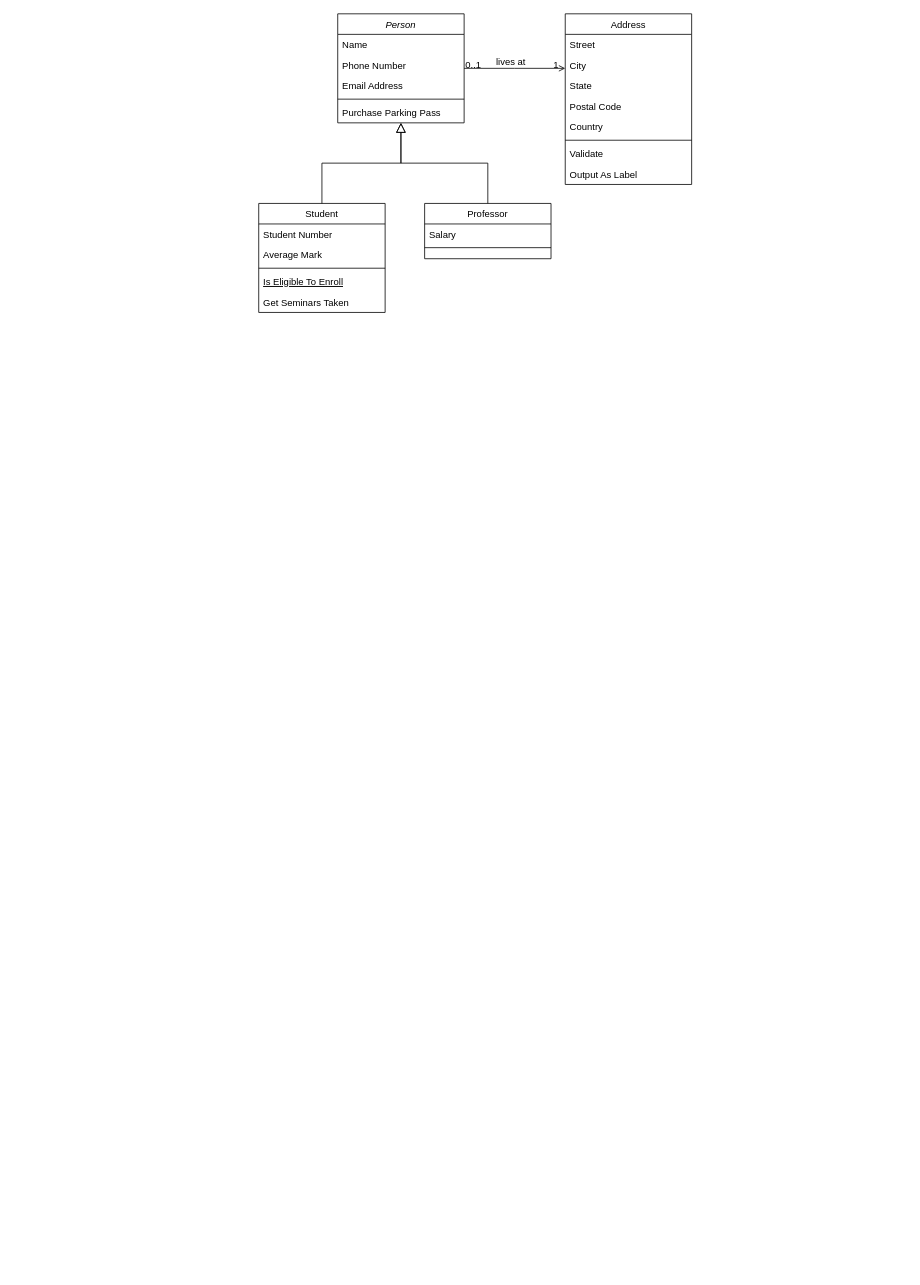
Before: 제목 없는 다이어그램.drawio in ShineSoYoung/TEST, a draw.io diagram. Source tidied: cells renumbered, new cells numbered last; positions are measured from the earlier drawing's top-left corner, leaving out a move shared by most shapes. Both pictures are drawn from the tidied source at 79%, with x=0, y=0 at pixel (258, 13).
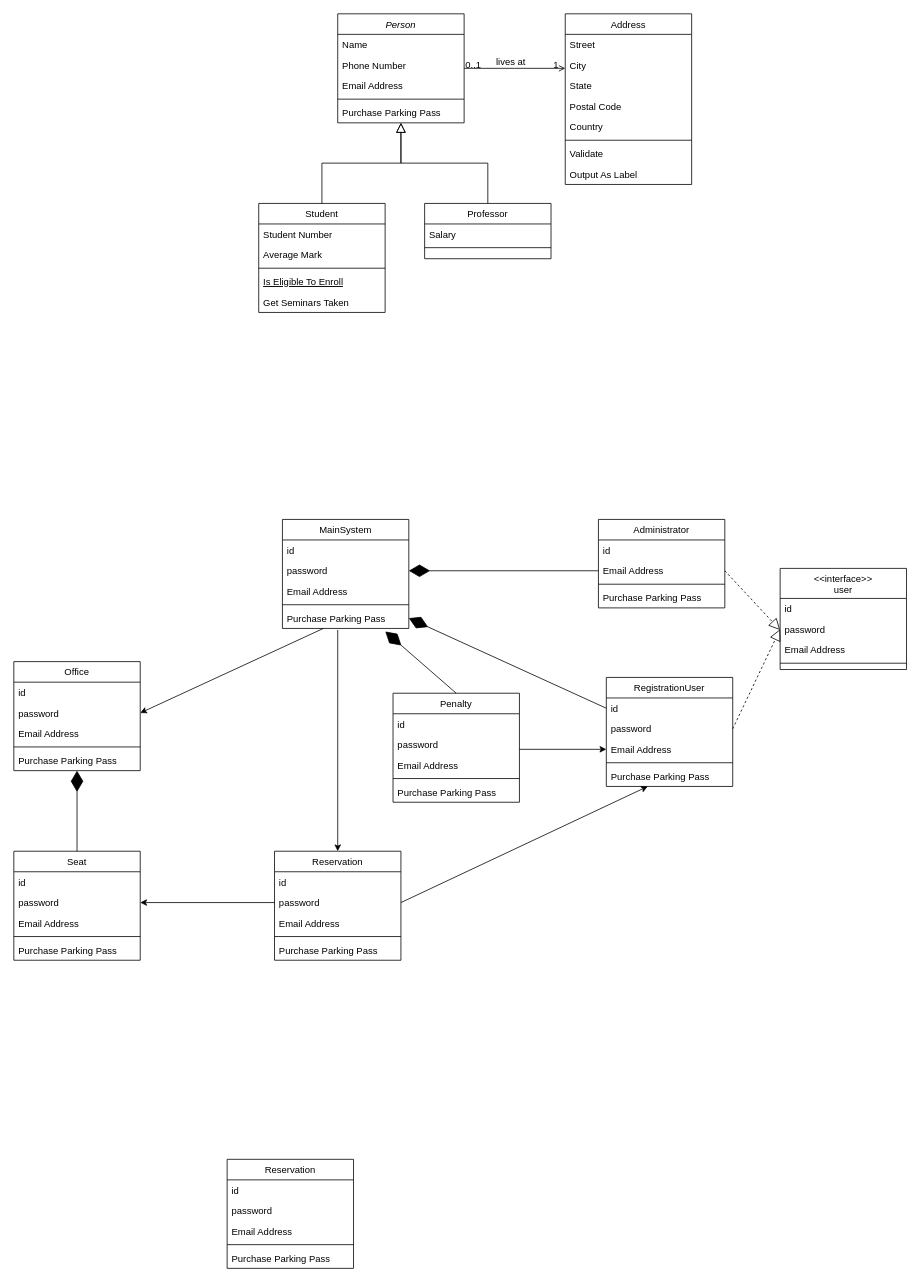
The same diagram, later.

Commit message:
제목 없는 다이어그램.drawio 업데이트

Change to the diagram source:
```diff
@@
+    <mxCell id="32" value="RegistrationUser" style="swimlane;fontStyle=0;align=center;verticalAlign=top;horizontal=1;startSize=26;rounded=0;shadow=0;strokeWidth=1;" parent="1" vertex="1">
+      <mxGeometry x="440" y="840" width="160" height="138" as="geometry" />
+    </mxCell>
+    <mxCell id="33" value="id" style="text;align=left;verticalAlign=top;spacingLeft=4;spacingRight=4;overflow=hidden;points=[[0,0.5],[1,0.5]];portConstraint=eastwest;" parent="32" vertex="1">
+      <mxGeometry y="26" width="160" height="26" as="geometry" />
+    </mxCell>
+    <mxCell id="34" value="password" style="text;align=left;verticalAlign=top;spacingLeft=4;spacingRight=4;overflow=hidden;points=[[0,0.5],[1,0.5]];portConstraint=eastwest;rounded=0;shadow=0;html=0;" parent="32" vertex="1">
+      <mxGeometry y="52" width="160" height="26" as="geometry" />
+    </mxCell>
+    <mxCell id="35" value="Email Address" style="text;align=left;verticalAlign=top;spacingLeft=4;spacingRight=4;overflow=hidden;points=[[0,0.5],[1,0.5]];portConstraint=eastwest;rounded=0;shadow=0;html=0;" parent="32" vertex="1">
+      <mxGeometry y="78" width="160" height="26" as="geometry" />
+    </mxCell>
+    <mxCell id="36" style="line;html=1;strokeWidth=1;align=left;verticalAlign=middle;spacingTop=-1;spacingLeft=3;spacingRight=3;labelPosition=right;" parent="32" vertex="1">
+      <mxGeometry y="104" width="160" height="8" as="geometry" />
+    </mxCell>
+    <mxCell id="37" value="Purchase Parking Pass" style="text;align=left;verticalAlign=top;spacingLeft=4;spacingRight=4;overflow=hidden;points=[[0,0.5],[1,0.5]];portConstraint=eastwest;" parent="32" vertex="1">
+      <mxGeometry y="112" width="160" height="26" as="geometry" />
+    </mxCell>
+    <mxCell id="38" value="Administrator" style="swimlane;fontStyle=0;align=center;verticalAlign=top;horizontal=1;startSize=26;rounded=0;shadow=0;strokeWidth=1;" parent="1" vertex="1">
+      <mxGeometry x="430" y="640" width="160" height="112" as="geometry" />
+    </mxCell>
+    <mxCell id="39" value="id" style="text;align=left;verticalAlign=top;spacingLeft=4;spacingRight=4;overflow=hidden;" parent="38" vertex="1">
+      <mxGeometry y="26" width="160" height="26" as="geometry" />
+    </mxCell>
+    <mxCell id="40" value="Email Address" style="text;align=left;verticalAlign=top;spacingLeft=4;spacingRight=4;overflow=hidden;rounded=0;shadow=0;html=0;" parent="38" vertex="1">
+      <mxGeometry y="52" width="160" height="26" as="geometry" />
+    </mxCell>
+    <mxCell id="41" style="line;html=1;strokeWidth=1;align=left;verticalAlign=middle;spacingTop=-1;spacingLeft=3;spacingRight=3;labelPosition=right;" parent="38" vertex="1">
+      <mxGeometry y="78" width="160" height="8" as="geometry" />
+    </mxCell>
+    <mxCell id="42" value="Purchase Parking Pass" style="text;align=left;verticalAlign=top;spacingLeft=4;spacingRight=4;overflow=hidden;" parent="38" vertex="1">
+      <mxGeometry y="86" width="160" height="26" as="geometry" />
+    </mxCell>
+    <mxCell id="43" value="MainSystem" style="swimlane;fontStyle=0;align=center;verticalAlign=top;horizontal=1;startSize=26;rounded=0;shadow=0;strokeWidth=1;" parent="1" vertex="1">
+      <mxGeometry x="30" y="640" width="160" height="138" as="geometry" />
+    </mxCell>
+    <mxCell id="44" value="id" style="text;align=left;verticalAlign=top;spacingLeft=4;spacingRight=4;overflow=hidden;" parent="43" vertex="1">
+      <mxGeometry y="26" width="160" height="26" as="geometry" />
+    </mxCell>
+    <mxCell id="45" value="password" style="text;align=left;verticalAlign=top;spacingLeft=4;spacingRight=4;overflow=hidden;points=[[0,0.5],[1,0.5]];portConstraint=eastwest;rounded=0;shadow=0;html=0;" parent="43" vertex="1">
+      <mxGeometry y="52" width="160" height="26" as="geometry" />
+    </mxCell>
+    <mxCell id="46" value="Email Address" style="text;align=left;verticalAlign=top;spacingLeft=4;spacingRight=4;overflow=hidden;rounded=0;shadow=0;html=0;" parent="43" vertex="1">
+      <mxGeometry y="78" width="160" height="26" as="geometry" />
+    </mxCell>
+    <mxCell id="47" style="line;html=1;strokeWidth=1;align=left;verticalAlign=middle;spacingTop=-1;spacingLeft=3;spacingRight=3;labelPosition=right;" parent="43" vertex="1">
+      <mxGeometry y="104" width="160" height="8" as="geometry" />
+    </mxCell>
+    <mxCell id="48" value="Purchase Parking Pass" style="text;align=left;verticalAlign=top;spacingLeft=4;spacingRight=4;overflow=hidden;points=[[0,0.5],[1,0.5]];portConstraint=eastwest;" parent="43" vertex="1">
+      <mxGeometry y="112" width="160" height="26" as="geometry" />
+    </mxCell>
+    <mxCell id="49" value="Office" style="swimlane;fontStyle=0;align=center;verticalAlign=top;horizontal=1;startSize=26;rounded=0;shadow=0;strokeWidth=1;" parent="1" vertex="1">
+      <mxGeometry x="-310" y="820" width="160" height="138" as="geometry" />
+    </mxCell>
+    <mxCell id="50" value="id" style="text;align=left;verticalAlign=top;spacingLeft=4;spacingRight=4;overflow=hidden;" parent="49" vertex="1">
+      <mxGeometry y="26" width="160" height="26" as="geometry" />
+    </mxCell>
+    <mxCell id="51" value="password" style="text;align=left;verticalAlign=top;spacingLeft=4;spacingRight=4;overflow=hidden;points=[[0,0.5],[1,0.5]];portConstraint=eastwest;rounded=0;shadow=0;html=0;" parent="49" vertex="1">
+      <mxGeometry y="52" width="160" height="26" as="geometry" />
+    </mxCell>
+    <mxCell id="52" value="Email Address" style="text;align=left;verticalAlign=top;spacingLeft=4;spacingRight=4;overflow=hidden;rounded=0;shadow=0;html=0;" parent="49" vertex="1">
+      <mxGeometry y="78" width="160" height="26" as="geometry" />
+    </mxCell>
+    <mxCell id="53" style="line;html=1;strokeWidth=1;align=left;verticalAlign=middle;spacingTop=-1;spacingLeft=3;spacingRight=3;labelPosition=right;" parent="49" vertex="1">
+      <mxGeometry y="104" width="160" height="8" as="geometry" />
+    </mxCell>
+    <mxCell id="54" value="Purchase Parking Pass" style="text;align=left;verticalAlign=top;spacingLeft=4;spacingRight=4;overflow=hidden;points=[[0,0.5],[1,0.5]];portConstraint=eastwest;" parent="49" vertex="1">
+      <mxGeometry y="112" width="160" height="26" as="geometry" />
+    </mxCell>
+    <mxCell id="55" value="Reservation" style="swimlane;fontStyle=0;align=center;verticalAlign=top;horizontal=1;startSize=26;rounded=0;shadow=0;strokeWidth=1;" parent="1" vertex="1">
+      <mxGeometry x="20" y="1060" width="160" height="138" as="geometry" />
+    </mxCell>
+    <mxCell id="56" value="id" style="text;align=left;verticalAlign=top;spacingLeft=4;spacingRight=4;overflow=hidden;" parent="55" vertex="1">
+      <mxGeometry y="26" width="160" height="26" as="geometry" />
+    </mxCell>
+    <mxCell id="57" value="password" style="text;align=left;verticalAlign=top;spacingLeft=4;spacingRight=4;overflow=hidden;points=[[0,0.5],[1,0.5]];portConstraint=eastwest;rounded=0;shadow=0;html=0;" parent="55" vertex="1">
+      <mxGeometry y="52" width="160" height="26" as="geometry" />
+    </mxCell>
+    <mxCell id="58" value="Email Address" style="text;align=left;verticalAlign=top;spacingLeft=4;spacingRight=4;overflow=hidden;rounded=0;shadow=0;html=0;" parent="55" vertex="1">
+      <mxGeometry y="78" width="160" height="26" as="geometry" />
+    </mxCell>
+    <mxCell id="59" style="line;html=1;strokeWidth=1;align=left;verticalAlign=middle;spacingTop=-1;spacingLeft=3;spacingRight=3;labelPosition=right;" parent="55" vertex="1">
+      <mxGeometry y="104" width="160" height="8" as="geometry" />
+    </mxCell>
+    <mxCell id="60" value="Purchase Parking Pass" style="text;align=left;verticalAlign=top;spacingLeft=4;spacingRight=4;overflow=hidden;" parent="55" vertex="1">
+      <mxGeometry y="112" width="160" height="26" as="geometry" />
+    </mxCell>
+    <mxCell id="61" value="Penalty" style="swimlane;fontStyle=0;align=center;verticalAlign=top;horizontal=1;startSize=26;rounded=0;shadow=0;strokeWidth=1;" parent="1" vertex="1">
+      <mxGeometry x="170" y="860" width="160" height="138" as="geometry" />
+    </mxCell>
+    <mxCell id="62" value="id" style="text;align=left;verticalAlign=top;spacingLeft=4;spacingRight=4;overflow=hidden;" parent="61" vertex="1">
+      <mxGeometry y="26" width="160" height="26" as="geometry" />
+    </mxCell>
+    <mxCell id="63" value="password" style="text;align=left;verticalAlign=top;spacingLeft=4;spacingRight=4;overflow=hidden;rounded=0;shadow=0;html=0;" parent="61" vertex="1">
+      <mxGeometry y="52" width="160" height="26" as="geometry" />
+    </mxCell>
+    <mxCell id="64" value="Email Address" style="text;align=left;verticalAlign=top;spacingLeft=4;spacingRight=4;overflow=hidden;rounded=0;shadow=0;html=0;" parent="61" vertex="1">
+      <mxGeometry y="78" width="160" height="26" as="geometry" />
+    </mxCell>
+    <mxCell id="65" style="line;html=1;strokeWidth=1;align=left;verticalAlign=middle;spacingTop=-1;spacingLeft=3;spacingRight=3;labelPosition=right;" parent="61" vertex="1">
+      <mxGeometry y="104" width="160" height="8" as="geometry" />
+    </mxCell>
+    <mxCell id="66" value="Purchase Parking Pass" style="text;align=left;verticalAlign=top;spacingLeft=4;spacingRight=4;overflow=hidden;" parent="61" vertex="1">
+      <mxGeometry y="112" width="160" height="26" as="geometry" />
+    </mxCell>
+    <mxCell id="67" value="Seat" style="swimlane;fontStyle=0;align=center;verticalAlign=top;horizontal=1;startSize=26;rounded=0;shadow=0;strokeWidth=1;" parent="1" vertex="1">
+      <mxGeometry x="-310" y="1060" width="160" height="138" as="geometry" />
+    </mxCell>
+    <mxCell id="68" value="id" style="text;align=left;verticalAlign=top;spacingLeft=4;spacingRight=4;overflow=hidden;" parent="67" vertex="1">
+      <mxGeometry y="26" width="160" height="26" as="geometry" />
+    </mxCell>
+    <mxCell id="69" value="password" style="text;align=left;verticalAlign=top;spacingLeft=4;spacingRight=4;overflow=hidden;points=[[0,0.5],[1,0.5]];portConstraint=eastwest;rounded=0;shadow=0;html=0;" parent="67" vertex="1">
+      <mxGeometry y="52" width="160" height="26" as="geometry" />
+    </mxCell>
+    <mxCell id="70" value="Email Address" style="text;align=left;verticalAlign=top;spacingLeft=4;spacingRight=4;overflow=hidden;rounded=0;shadow=0;html=0;" parent="67" vertex="1">
+      <mxGeometry y="78" width="160" height="26" as="geometry" />
+    </mxCell>
+    <mxCell id="71" style="line;html=1;strokeWidth=1;align=left;verticalAlign=middle;spacingTop=-1;spacingLeft=3;spacingRight=3;labelPosition=right;" parent="67" vertex="1">
+      <mxGeometry y="104" width="160" height="8" as="geometry" />
+    </mxCell>
+    <mxCell id="72" value="Purchase Parking Pass" style="text;align=left;verticalAlign=top;spacingLeft=4;spacingRight=4;overflow=hidden;" parent="67" vertex="1">
+      <mxGeometry y="112" width="160" height="26" as="geometry" />
+    </mxCell>
+    <mxCell id="73" style="endArrow=classic;html=1;rounded=0;entryX=1;entryY=0.5;entryDx=0;entryDy=0;" parent="1" edge="1" source="48" target="51">
+      <mxGeometry relative="1" as="geometry" />
+    </mxCell>
+    <mxCell id="74" style="endArrow=classic;html=1;rounded=0;entryX=0.5;entryY=0;entryDx=0;entryDy=0;" parent="1" edge="1" target="55">
+      <mxGeometry relative="1" as="geometry">
+        <mxPoint x="100" y="780" as="sourcePoint" />
+      </mxGeometry>
+    </mxCell>
+    <mxCell id="75" style="endArrow=diamondThin;endFill=1;endSize=24;html=1;rounded=0;exitX=0.5;exitY=0;exitDx=0;exitDy=0;" parent="1" edge="1" source="67" target="54">
+      <mxGeometry relative="1" as="geometry" />
+    </mxCell>
+    <mxCell id="76" style="endArrow=classic;html=1;rounded=0;entryX=1;entryY=0.5;entryDx=0;entryDy=0;exitX=0;exitY=0.5;exitDx=0;exitDy=0;" parent="1" edge="1" source="57" target="69">
+      <mxGeometry relative="1" as="geometry" />
+    </mxCell>
+    <mxCell id="77" style="endArrow=classic;html=1;rounded=0;exitX=1;exitY=0.5;exitDx=0;exitDy=0;" parent="1" edge="1" source="57" target="37">
+      <mxGeometry relative="1" as="geometry" />
+    </mxCell>
+    <mxCell id="78" style="endArrow=classic;html=1;rounded=0;entryX=0;entryY=0.5;entryDx=0;entryDy=0;" parent="1" edge="1" target="35">
+      <mxGeometry relative="1" as="geometry">
+        <mxPoint x="330" y="931" as="sourcePoint" />
+      </mxGeometry>
+    </mxCell>
+    <mxCell id="79" style="endArrow=diamondThin;endFill=1;endSize=24;html=1;rounded=0;exitX=0;exitY=0.5;exitDx=0;exitDy=0;entryX=1;entryY=0.5;entryDx=0;entryDy=0;" parent="1" edge="1" source="33" target="48">
+      <mxGeometry relative="1" as="geometry" />
+    </mxCell>
+    <mxCell id="80" style="endArrow=diamondThin;endFill=1;endSize=24;html=1;rounded=0;exitX=0.5;exitY=0;exitDx=0;exitDy=0;entryX=0.814;entryY=1.149;entryDx=0;entryDy=0;entryPerimeter=0;" parent="1" edge="1" source="61" target="48">
+      <mxGeometry relative="1" as="geometry" />
+    </mxCell>
+    <mxCell id="81" style="endArrow=diamondThin;endFill=1;endSize=24;html=1;rounded=0;exitX=0;exitY=0.5;exitDx=0;exitDy=0;entryX=1;entryY=0.5;entryDx=0;entryDy=0;" parent="1" edge="1" target="45">
+      <mxGeometry relative="1" as="geometry">
+        <mxPoint x="430" y="705" as="sourcePoint" />
+      </mxGeometry>
+    </mxCell>
+    <mxCell id="82" value="&lt;&lt;interface&gt;&gt;&#10;user" style="swimlane;fontStyle=0;align=center;verticalAlign=top;horizontal=1;startSize=38;rounded=0;shadow=0;strokeWidth=1;" parent="1" vertex="1">
+      <mxGeometry x="660" y="702" width="160" height="128" as="geometry" />
+    </mxCell>
+    <mxCell id="83" value="id" style="text;align=left;verticalAlign=top;spacingLeft=4;spacingRight=4;overflow=hidden;" parent="82" vertex="1">
+      <mxGeometry y="38" width="160" height="26" as="geometry" />
+    </mxCell>
+    <mxCell id="84" value="password" style="text;align=left;verticalAlign=top;spacingLeft=4;spacingRight=4;overflow=hidden;points=[[0,0.5],[1,0.5]];portConstraint=eastwest;rounded=0;shadow=0;html=0;" parent="82" vertex="1">
+      <mxGeometry y="64" width="160" height="26" as="geometry" />
+    </mxCell>
+    <mxCell id="85" value="Email Address" style="text;align=left;verticalAlign=top;spacingLeft=4;spacingRight=4;overflow=hidden;rounded=0;shadow=0;html=0;" parent="82" vertex="1">
+      <mxGeometry y="90" width="160" height="26" as="geometry" />
+    </mxCell>
+    <mxCell id="86" style="line;html=1;strokeWidth=1;align=left;verticalAlign=middle;spacingTop=-1;spacingLeft=3;spacingRight=3;labelPosition=right;" parent="82" vertex="1">
+      <mxGeometry y="116" width="160" height="8" as="geometry" />
+    </mxCell>
+    <mxCell id="87" style="endArrow=block;dashed=1;endFill=0;endSize=12;html=1;rounded=0;exitX=1;exitY=0.5;exitDx=0;exitDy=0;entryX=0;entryY=0.5;entryDx=0;entryDy=0;" parent="1" edge="1" source="34" target="84">
+      <mxGeometry relative="1" as="geometry" />
+    </mxCell>
+    <mxCell id="88" style="endArrow=block;dashed=1;endFill=0;endSize=12;html=1;rounded=0;exitX=1;exitY=0.5;exitDx=0;exitDy=0;" parent="1" edge="1">
+      <mxGeometry relative="1" as="geometry">
+        <mxPoint x="590" y="705" as="sourcePoint" />
+        <mxPoint x="660" y="780" as="targetPoint" />
+      </mxGeometry>
+    </mxCell>
+    <mxCell id="89" value="Reservation" style="swimlane;fontStyle=0;align=center;verticalAlign=top;horizontal=1;startSize=26;rounded=0;shadow=0;strokeWidth=1;" parent="1" vertex="1">
+      <mxGeometry x="-40" y="1450" width="160" height="138" as="geometry" />
+    </mxCell>
+    <mxCell id="90" value="id" style="text;align=left;verticalAlign=top;spacingLeft=4;spacingRight=4;overflow=hidden;" parent="89" vertex="1">
+      <mxGeometry y="26" width="160" height="26" as="geometry" />
+    </mxCell>
+    <mxCell id="91" value="password" style="text;align=left;verticalAlign=top;spacingLeft=4;spacingRight=4;overflow=hidden;rounded=0;shadow=0;html=0;" parent="89" vertex="1">
+      <mxGeometry y="52" width="160" height="26" as="geometry" />
+    </mxCell>
+    <mxCell id="92" value="Email Address" style="text;align=left;verticalAlign=top;spacingLeft=4;spacingRight=4;overflow=hidden;rounded=0;shadow=0;html=0;" parent="89" vertex="1">
+      <mxGeometry y="78" width="160" height="26" as="geometry" />
+    </mxCell>
+    <mxCell id="93" style="line;html=1;strokeWidth=1;align=left;verticalAlign=middle;spacingTop=-1;spacingLeft=3;spacingRight=3;labelPosition=right;" parent="89" vertex="1">
+      <mxGeometry y="104" width="160" height="8" as="geometry" />
+    </mxCell>
+    <mxCell id="94" value="Purchase Parking Pass" style="text;align=left;verticalAlign=top;spacingLeft=4;spacingRight=4;overflow=hidden;" parent="89" vertex="1">
+      <mxGeometry y="112" width="160" height="26" as="geometry" />
+    </mxCell>
```
